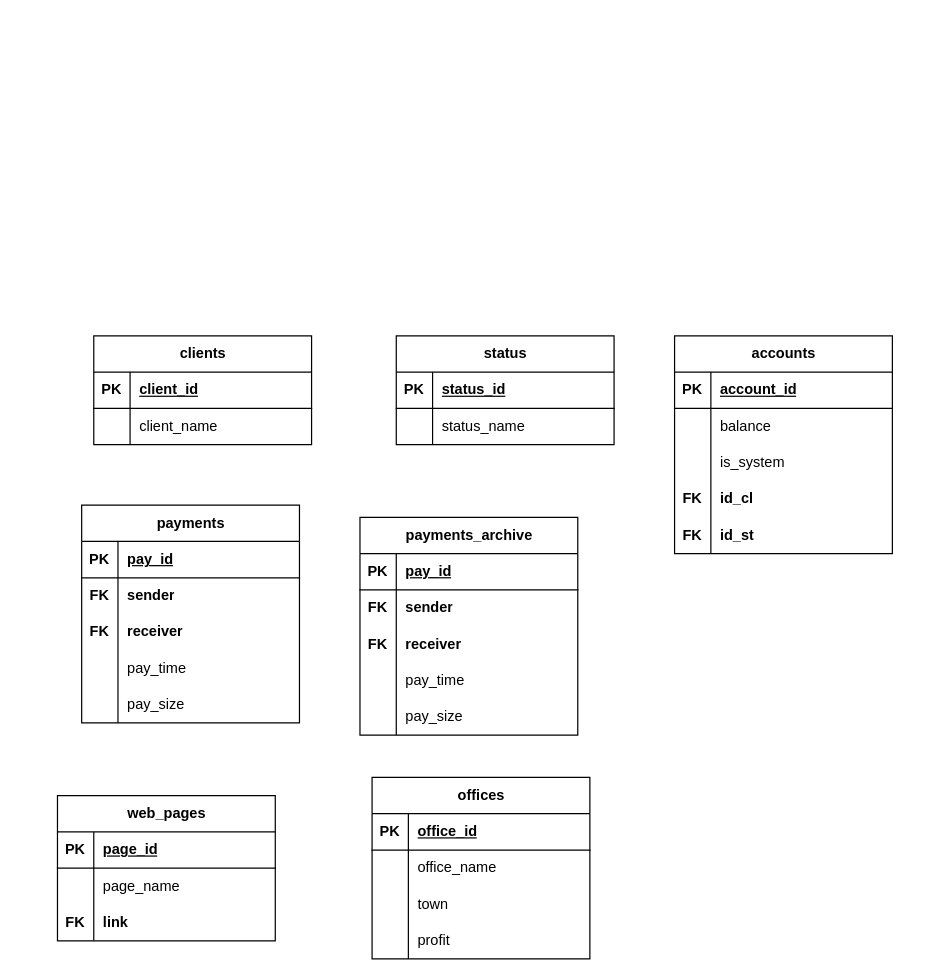
This is diargams/lab 2-2 new.drawio from kostya1962/DataBaseLab, a draw.io file, before an edit. Source tidied: cells renumbered, new cells numbered last; positions are measured from the earlier drawing's top-left corner, leaving out a move shared by most shapes. Both pictures are drawn from the tidied source at 121%, with x=0, y=0 at pixel (57, 335).
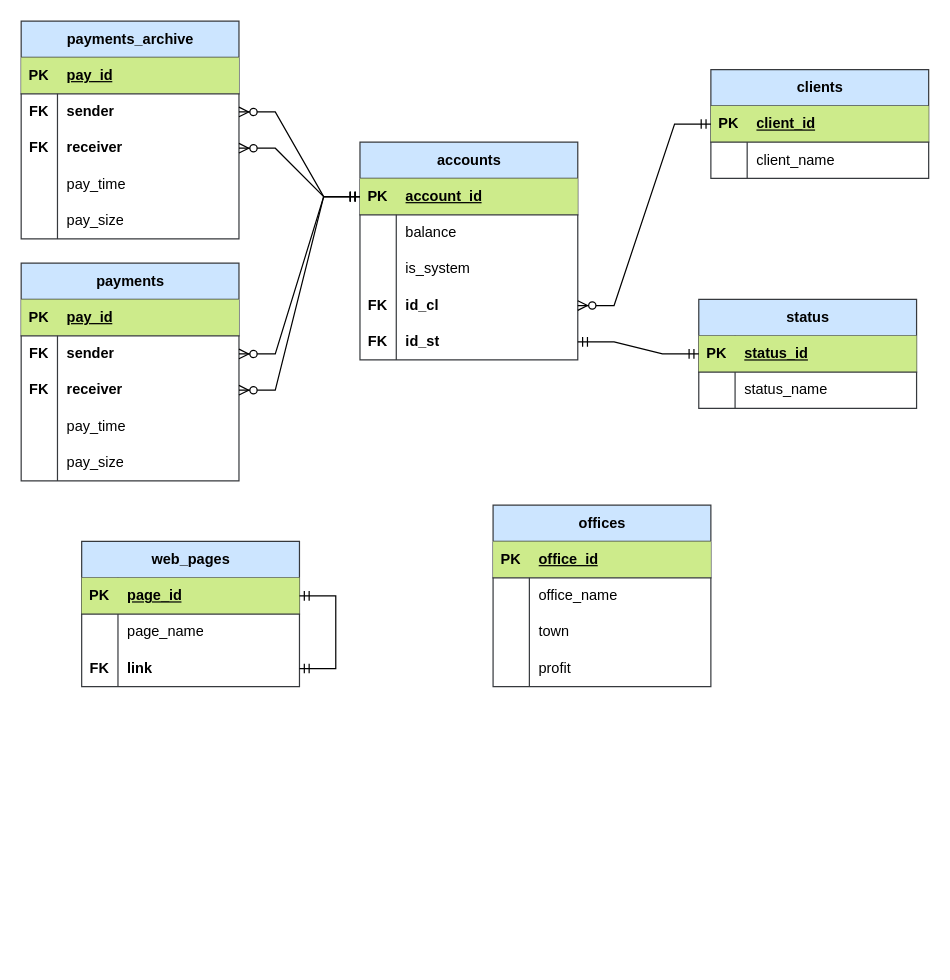
After the change.

The change refers to these unchanged cells:
```xml
<mxCell id="26" style="shape=tableRow;horizontal=0;startSize=0;swimlaneHead=0;swimlaneBody=0;fillColor=none;points=[[0,0.5],[1,0.5]];portConstraint=eastwest;top=0;left=0;right=0;bottom=0;" parent="16" vertex="1">
  <mxGeometry y="120" width="180" height="30" as="geometry" />
</mxCell>
<mxCell id="29" style="shape=tableRow;horizontal=0;startSize=0;swimlaneHead=0;swimlaneBody=0;fillColor=none;points=[[0,0.5],[1,0.5]];portConstraint=eastwest;top=0;left=0;right=0;bottom=0;" parent="16" vertex="1">
  <mxGeometry y="150" width="180" height="30" as="geometry" />
</mxCell>
<mxCell id="36" style="shape=tableRow;horizontal=0;startSize=0;swimlaneHead=0;swimlaneBody=0;fillColor=none;points=[[0,0.5],[1,0.5]];portConstraint=eastwest;top=0;left=0;right=0;bottom=0;" parent="32" vertex="1">
  <mxGeometry y="60" width="180" height="30" as="geometry" />
</mxCell>
<mxCell id="39" style="shape=tableRow;horizontal=0;startSize=0;swimlaneHead=0;swimlaneBody=0;fillColor=none;points=[[0,0.5],[1,0.5]];portConstraint=eastwest;top=0;left=0;right=0;bottom=0;" parent="32" vertex="1">
  <mxGeometry y="90" width="180" height="30" as="geometry" />
</mxCell>
<mxCell id="52" style="shape=tableRow;horizontal=0;startSize=0;swimlaneHead=0;swimlaneBody=0;fillColor=none;points=[[0,0.5],[1,0.5]];portConstraint=eastwest;top=0;left=0;right=0;bottom=0;" parent="48" vertex="1">
  <mxGeometry y="60" width="180" height="30" as="geometry" />
</mxCell>
<mxCell id="55" style="shape=tableRow;horizontal=0;startSize=0;swimlaneHead=0;swimlaneBody=0;fillColor=none;points=[[0,0.5],[1,0.5]];portConstraint=eastwest;top=0;left=0;right=0;bottom=0;" parent="48" vertex="1">
  <mxGeometry y="90" width="180" height="30" as="geometry" />
</mxCell>
<mxCell id="71" style="shape=tableRow;horizontal=0;startSize=0;swimlaneHead=0;swimlaneBody=0;fillColor=none;points=[[0,0.5],[1,0.5]];portConstraint=eastwest;top=0;left=0;right=0;bottom=0;" parent="64" vertex="1">
  <mxGeometry y="90" width="180" height="30" as="geometry" />
</mxCell>
```

Change to the diagram source:
```diff
@@
-    <mxCell id="2" value="clients" style="shape=table;startSize=30;childLayout=tableLayout;rowLines=0;fontStyle=1;align=center;html=1;" parent="1" vertex="1">
-      <mxGeometry x="30" width="180" height="90" as="geometry" />
+    <mxCell id="2" value="clients" style="shape=table;startSize=30;childLayout=tableLayout;rowLines=0;fontStyle=1;align=center;html=1;fillColor=#cce5ff;strokeColor=#36393d;" parent="1" vertex="1">
+      <mxGeometry x="540" y="-220" width="180" height="90" as="geometry" />
     </mxCell>
-    <mxCell id="3" style="shape=tableRow;horizontal=0;startSize=0;swimlaneHead=0;swimlaneBody=0;fillColor=none;points=[[0,0.5],[1,0.5]];portConstraint=eastwest;top=0;left=0;right=0;bottom=1;" parent="2" vertex="1">
+    <mxCell id="3" style="shape=tableRow;horizontal=0;startSize=0;swimlaneHead=0;swimlaneBody=0;fillColor=#cdeb8b;points=[[0,0.5],[1,0.5]];portConstraint=eastwest;top=0;left=0;right=0;bottom=1;strokeColor=#36393d;" parent="2" vertex="1">
       <mxGeometry y="30" width="180" height="30" as="geometry" />
     </mxCell>
@@
-    <mxCell id="9" value="status" style="shape=table;startSize=30;childLayout=tableLayout;rowLines=0;fontStyle=1;align=center;html=1;" parent="1" vertex="1">
-      <mxGeometry x="280" width="180" height="90" as="geometry" />
+    <mxCell id="9" value="status" style="shape=table;startSize=30;childLayout=tableLayout;rowLines=0;fontStyle=1;align=center;html=1;fillColor=#cce5ff;strokeColor=#36393d;" parent="1" vertex="1">
+      <mxGeometry x="530" y="-30" width="180" height="90" as="geometry" />
     </mxCell>
-    <mxCell id="10" style="shape=tableRow;horizontal=0;startSize=0;swimlaneHead=0;swimlaneBody=0;fillColor=none;points=[[0,0.5],[1,0.5]];portConstraint=eastwest;top=0;left=0;right=0;bottom=1;" parent="9" vertex="1">
+    <mxCell id="10" style="shape=tableRow;horizontal=0;startSize=0;swimlaneHead=0;swimlaneBody=0;fillColor=#cdeb8b;points=[[0,0.5],[1,0.5]];portConstraint=eastwest;top=0;left=0;right=0;bottom=1;strokeColor=#36393d;" parent="9" vertex="1">
       <mxGeometry y="30" width="180" height="30" as="geometry" />
     </mxCell>
@@
-    <mxCell id="16" value="accounts" style="shape=table;startSize=30;childLayout=tableLayout;rowLines=0;fontStyle=1;align=center;html=1;" parent="1" vertex="1">
-      <mxGeometry x="510" width="180" height="180" as="geometry" />
+    <mxCell id="16" value="accounts" style="shape=table;startSize=30;childLayout=tableLayout;rowLines=0;fontStyle=1;align=center;html=1;fillColor=#cce5ff;strokeColor=#36393d;" parent="1" vertex="1">
+      <mxGeometry x="250" y="-160" width="180" height="180" as="geometry" />
     </mxCell>
-    <mxCell id="17" style="shape=tableRow;horizontal=0;startSize=0;swimlaneHead=0;swimlaneBody=0;fillColor=none;points=[[0,0.5],[1,0.5]];portConstraint=eastwest;top=0;left=0;right=0;bottom=1;" parent="16" vertex="1">
+    <mxCell id="17" style="shape=tableRow;horizontal=0;startSize=0;swimlaneHead=0;swimlaneBody=0;fillColor=#cdeb8b;points=[[0,0.5],[1,0.5]];portConstraint=eastwest;top=0;left=0;right=0;bottom=1;strokeColor=#36393d;" parent="16" vertex="1">
       <mxGeometry y="30" width="180" height="30" as="geometry" />
     </mxCell>
@@
-    <mxCell id="32" value="payments" style="shape=table;startSize=30;childLayout=tableLayout;rowLines=0;fontStyle=1;align=center;html=1;" parent="1" vertex="1">
-      <mxGeometry x="20" y="140" width="180" height="180" as="geometry" />
+    <mxCell id="32" value="payments" style="shape=table;startSize=30;childLayout=tableLayout;rowLines=0;fontStyle=1;align=center;html=1;fillColor=#cce5ff;strokeColor=#36393d;" parent="1" vertex="1">
+      <mxGeometry x="-30" y="-60" width="180" height="180" as="geometry" />
     </mxCell>
-    <mxCell id="33" style="shape=tableRow;horizontal=0;startSize=0;swimlaneHead=0;swimlaneBody=0;fillColor=none;top=0;left=0;right=0;bottom=1;" parent="32" vertex="1">
+    <mxCell id="33" style="shape=tableRow;horizontal=0;startSize=0;swimlaneHead=0;swimlaneBody=0;fillColor=#cdeb8b;top=0;left=0;right=0;bottom=1;strokeColor=#36393d;" parent="32" vertex="1">
       <mxGeometry y="30" width="180" height="30" as="geometry" />
     </mxCell>
@@
-    <mxCell id="48" value="payments_archive" style="shape=table;startSize=30;childLayout=tableLayout;rowLines=0;fontStyle=1;align=center;html=1;" parent="1" vertex="1">
-      <mxGeometry x="250" y="150" width="180" height="180" as="geometry" />
+    <mxCell id="48" value="payments_archive" style="shape=table;startSize=30;childLayout=tableLayout;rowLines=0;fontStyle=1;align=center;html=1;fillColor=#cce5ff;strokeColor=#36393d;" parent="1" vertex="1">
+      <mxGeometry x="-30" y="-260" width="180" height="180" as="geometry" />
     </mxCell>
-    <mxCell id="49" style="shape=tableRow;horizontal=0;startSize=0;swimlaneHead=0;swimlaneBody=0;fillColor=none;top=0;left=0;right=0;bottom=1;" parent="48" vertex="1">
+    <mxCell id="49" style="shape=tableRow;horizontal=0;startSize=0;swimlaneHead=0;swimlaneBody=0;fillColor=#cdeb8b;top=0;left=0;right=0;bottom=1;strokeColor=#36393d;" parent="48" vertex="1">
       <mxGeometry y="30" width="180" height="30" as="geometry" />
     </mxCell>
@@
-    <mxCell id="64" value="web_pages" style="shape=table;startSize=30;childLayout=tableLayout;rowLines=0;fontStyle=1;align=center;html=1;" parent="1" vertex="1">
-      <mxGeometry y="380" width="180" height="120" as="geometry" />
+    <mxCell id="64" value="web_pages" style="shape=table;startSize=30;childLayout=tableLayout;rowLines=0;fontStyle=1;align=center;html=1;fillColor=#cce5ff;strokeColor=#36393d;" parent="1" vertex="1">
+      <mxGeometry x="20" y="170" width="180" height="120" as="geometry" />
     </mxCell>
-    <mxCell id="65" style="shape=tableRow;horizontal=0;startSize=0;swimlaneHead=0;swimlaneBody=0;fillColor=none;points=[[0,0.5],[1,0.5]];portConstraint=eastwest;top=0;left=0;right=0;bottom=1;" parent="64" vertex="1">
+    <mxCell id="65" style="shape=tableRow;horizontal=0;startSize=0;swimlaneHead=0;swimlaneBody=0;fillColor=#cdeb8b;points=[[0,0.5],[1,0.5]];portConstraint=eastwest;top=0;left=0;right=0;bottom=1;strokeColor=#36393d;" parent="64" vertex="1">
       <mxGeometry y="30" width="180" height="30" as="geometry" />
     </mxCell>
@@
+    <mxCell id="87" style="edgeStyle=entityRelationEdgeStyle;fontSize=12;html=1;endArrow=ERmandOne;startArrow=ERmandOne;rounded=0;entryX=1;entryY=0.5;entryDx=0;entryDy=0;exitX=1;exitY=0.5;exitDx=0;exitDy=0;" parent="64" edge="1" source="71" target="65">
+      <mxGeometry relative="1" as="geometry">
+        <Array as="points">
+          <mxPoint x="250" y="30" />
+        </Array>
+      </mxGeometry>
+    </mxCell>
-    <mxCell id="74" value="offices" style="shape=table;startSize=30;childLayout=tableLayout;rowLines=0;fontStyle=1;align=center;html=1;" parent="1" vertex="1">
-      <mxGeometry x="260" y="365" width="180" height="150" as="geometry" />
+    <mxCell id="74" value="offices" style="shape=table;startSize=30;childLayout=tableLayout;rowLines=0;fontStyle=1;align=center;html=1;fillColor=#cce5ff;strokeColor=#36393d;" parent="1" vertex="1">
+      <mxGeometry x="360" y="140" width="180" height="150" as="geometry" />
     </mxCell>
-    <mxCell id="75" style="shape=tableRow;horizontal=0;startSize=0;swimlaneHead=0;swimlaneBody=0;fillColor=none;top=0;left=0;right=0;bottom=1;" parent="74" vertex="1">
+    <mxCell id="75" style="shape=tableRow;horizontal=0;startSize=0;swimlaneHead=0;swimlaneBody=0;fillColor=#cdeb8b;top=0;left=0;right=0;bottom=1;strokeColor=#36393d;" parent="74" vertex="1">
       <mxGeometry y="30" width="180" height="30" as="geometry" />
     </mxCell>
@@
+    <mxCell id="88" style="edgeStyle=entityRelationEdgeStyle;fontSize=12;html=1;endArrow=ERzeroToMany;startArrow=ERmandOne;rounded=0;entryX=1;entryY=0.5;entryDx=0;entryDy=0;exitX=0;exitY=0.5;exitDx=0;exitDy=0;flowAnimation=0;shadow=0;" parent="1" edge="1" source="3" target="26">
+      <mxGeometry relative="1" as="geometry" />
+    </mxCell>
+    <mxCell id="89" style="edgeStyle=entityRelationEdgeStyle;fontSize=12;html=1;endArrow=ERmandOne;startArrow=ERmandOne;rounded=0;entryX=0;entryY=0.5;entryDx=0;entryDy=0;exitX=1;exitY=0.5;exitDx=0;exitDy=0;" parent="1" edge="1" source="29" target="10">
+      <mxGeometry relative="1" as="geometry">
+        <Array as="points">
+          <mxPoint x="350" y="100" />
+        </Array>
+      </mxGeometry>
+    </mxCell>
+    <mxCell id="90" style="edgeStyle=entityRelationEdgeStyle;fontSize=12;html=1;endArrow=ERzeroToMany;startArrow=ERmandOne;rounded=0;exitX=0;exitY=0.5;exitDx=0;exitDy=0;entryX=1;entryY=0.5;entryDx=0;entryDy=0;" parent="1" edge="1" source="17" target="36">
+      <mxGeometry relative="1" as="geometry" />
+    </mxCell>
+    <mxCell id="91" style="edgeStyle=entityRelationEdgeStyle;fontSize=12;html=1;endArrow=ERzeroToMany;startArrow=ERmandOne;rounded=0;entryX=1;entryY=0.5;entryDx=0;entryDy=0;exitX=0;exitY=0.5;exitDx=0;exitDy=0;" parent="1" edge="1" source="17" target="39">
+      <mxGeometry relative="1" as="geometry">
+        <Array as="points">
+          <mxPoint x="250" y="-110" />
+          <mxPoint x="230" />
+          <mxPoint x="220" y="40" />
+        </Array>
+      </mxGeometry>
+    </mxCell>
+    <mxCell id="92" style="edgeStyle=entityRelationEdgeStyle;fontSize=12;html=1;endArrow=ERzeroToMany;startArrow=ERmandOne;rounded=0;exitX=0;exitY=0.5;exitDx=0;exitDy=0;entryX=1;entryY=0.5;entryDx=0;entryDy=0;" parent="1" edge="1" source="17" target="52">
+      <mxGeometry relative="1" as="geometry">
+        <Array as="points">
+          <mxPoint x="150" y="-190" />
+          <mxPoint x="160" y="-190" />
+        </Array>
+      </mxGeometry>
+    </mxCell>
+    <mxCell id="93" style="edgeStyle=entityRelationEdgeStyle;fontSize=12;html=1;endArrow=ERzeroToMany;startArrow=ERmandOne;rounded=0;exitX=0;exitY=0.5;exitDx=0;exitDy=0;entryX=1;entryY=0.5;entryDx=0;entryDy=0;" parent="1" edge="1" source="17" target="55">
+      <mxGeometry relative="1" as="geometry" />
+    </mxCell>
```
